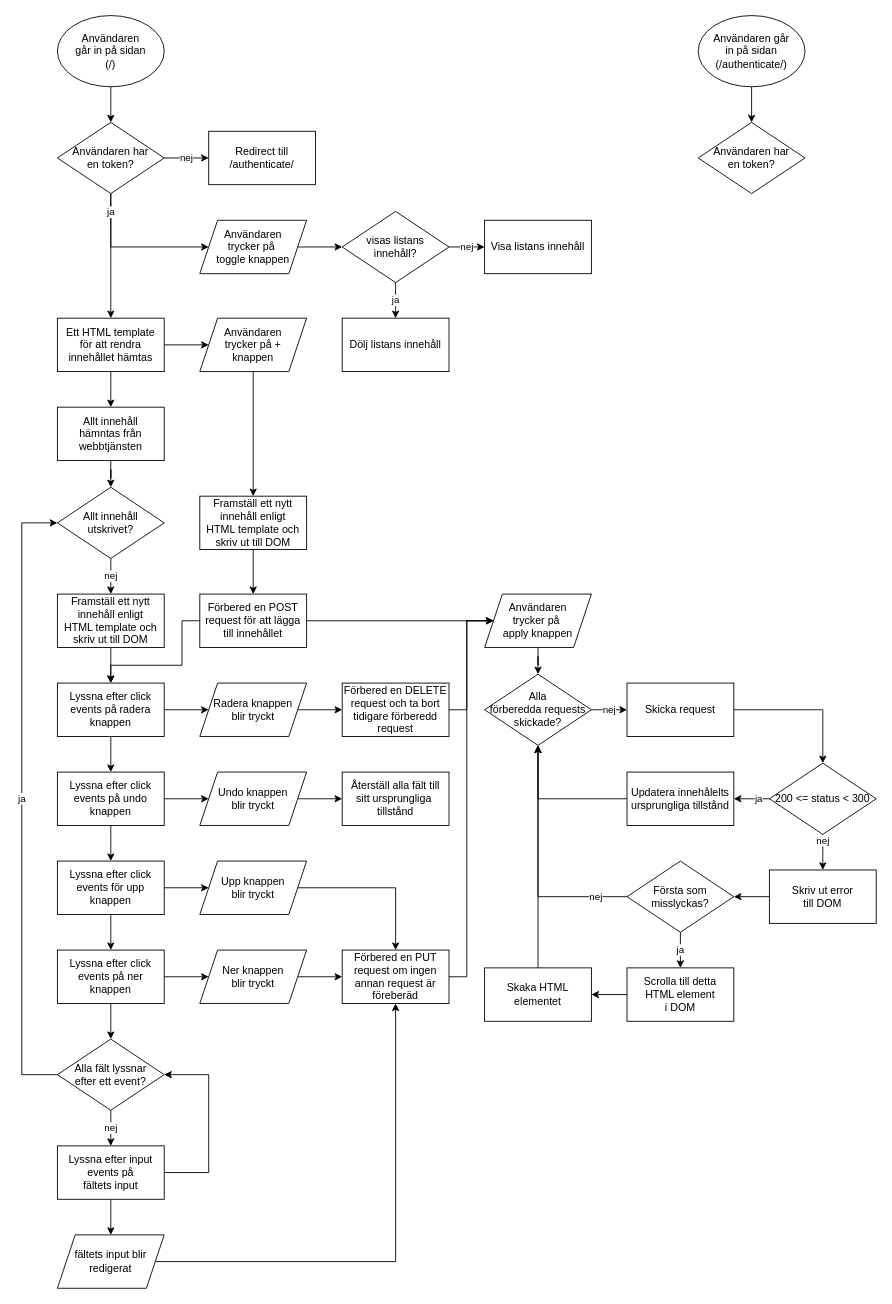
This is webbutveckling/Webbutveckling3/Moment6/flowchart.drawio from EliasEriksson/miun, a draw.io file, before an edit. Source tidied: cells renumbered, new cells numbered last; positions are measured from the earlier drawing's top-left corner, leaving out a move shared by most shapes. Both pictures are drawn from the tidied source at 89%, with x=0, y=0 at pixel (21, 15).
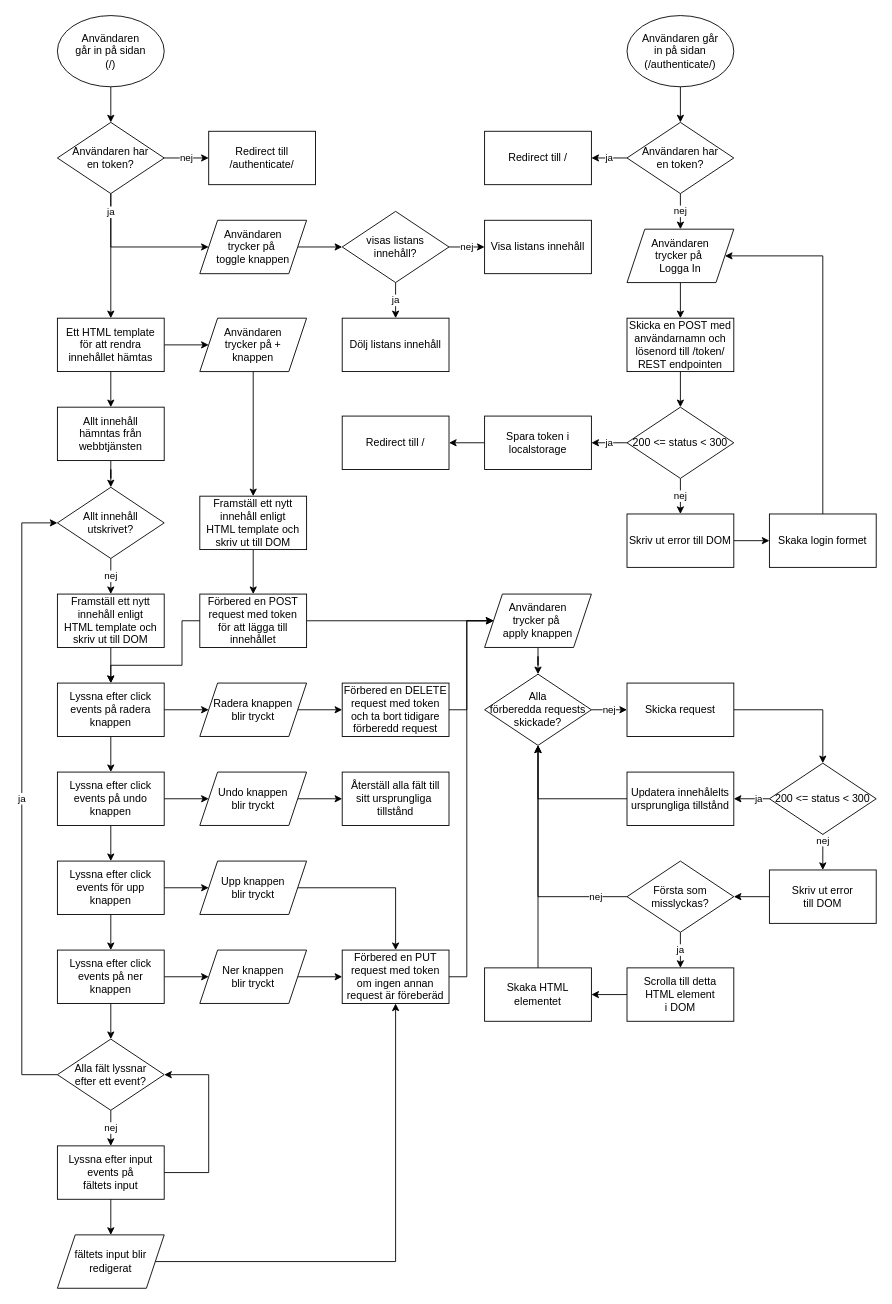
After the change.

Diff of the diagram source:
```diff
@@
-    <mxCell id="42" value="Förbered en PUT request om ingen annan request är föreberäd" style="rounded=0;whiteSpace=wrap;html=1;" parent="1" vertex="1">
+    <mxCell id="42" value="Förbered en PUT request med token om ingen annan request är föreberäd" style="rounded=0;whiteSpace=wrap;html=1;" parent="1" vertex="1">
       <mxGeometry x="360" y="1050" width="120" height="60" as="geometry" />
     </mxCell>
@@
-    <mxCell id="47" value="Förbered en DELETE&lt;br&gt;request och ta bort tidigare förberedd request" style="rounded=0;whiteSpace=wrap;html=1;" parent="1" vertex="1">
+    <mxCell id="47" value="Förbered en DELETE&lt;br&gt;request med token och ta bort tidigare förberedd request" style="rounded=0;whiteSpace=wrap;html=1;" parent="1" vertex="1">
       <mxGeometry x="360" y="750" width="120" height="60" as="geometry" />
     </mxCell>
@@
-    <mxCell id="49" value="Förbered en POST&lt;br&gt;request för att lägga&lt;br&gt;till innehållet" style="rounded=0;whiteSpace=wrap;html=1;" parent="1" vertex="1">
+    <mxCell id="49" value="Förbered en POST&lt;br&gt;request med token &lt;br&gt;för att lägga till innehållet" style="rounded=0;whiteSpace=wrap;html=1;" parent="1" vertex="1">
       <mxGeometry x="200" y="650" width="120" height="60" as="geometry" />
     </mxCell>
@@
     <mxCell id="86" value="Användaren går&lt;br&gt;in på sidan&lt;br&gt;(/authenticate/)" style="ellipse;whiteSpace=wrap;html=1;" parent="1" vertex="1">
-      <mxGeometry x="760" width="120" height="80" as="geometry" />
+      <mxGeometry x="680" width="120" height="80" as="geometry" />
     </mxCell>
+    <mxCell id="88" value="ja" style="edgeStyle=orthogonalEdgeStyle;rounded=0;jettySize=auto;html=1;" parent="1" edge="1" source="87" target="90">
+      <mxGeometry relative="1" as="geometry" />
+    </mxCell>
+    <mxCell id="89" value="nej" style="edgeStyle=orthogonalEdgeStyle;rounded=0;jettySize=auto;html=1;" parent="1" edge="1" source="87" target="92">
+      <mxGeometry relative="1" as="geometry" />
+    </mxCell>
     <mxCell id="87" value="Användaren har&lt;br&gt;en token?" style="rhombus;whiteSpace=wrap;html=1;" parent="1" vertex="1">
-      <mxGeometry x="760" y="120" width="120" height="80" as="geometry" />
+      <mxGeometry x="680" y="120" width="120" height="80" as="geometry" />
     </mxCell>
+    <mxCell id="90" value="Redirect till /" style="rounded=0;whiteSpace=wrap;html=1;" parent="1" vertex="1">
+      <mxGeometry x="520" y="130" width="120" height="60" as="geometry" />
+    </mxCell>
+    <mxCell id="91" style="edgeStyle=orthogonalEdgeStyle;rounded=0;jettySize=auto;html=1;" parent="1" edge="1" source="92" target="94">
+      <mxGeometry relative="1" as="geometry" />
+    </mxCell>
+    <mxCell id="92" value="Användaren&lt;br&gt;trycker på&amp;nbsp;&lt;br&gt;Logga In" style="shape=parallelogram;perimeter=parallelogramPerimeter;whiteSpace=wrap;html=1;fixedSize=1;" parent="1" vertex="1">
+      <mxGeometry x="680" y="240" width="120" height="60" as="geometry" />
+    </mxCell>
+    <mxCell id="93" style="edgeStyle=orthogonalEdgeStyle;rounded=0;jettySize=auto;html=1;" parent="1" edge="1" source="94" target="97">
+      <mxGeometry relative="1" as="geometry" />
+    </mxCell>
+    <mxCell id="94" value="Skicka en POST med&lt;br&gt;användarnamn och&lt;br&gt;lösenord till /token/&lt;br&gt;REST endpointen" style="rounded=0;whiteSpace=wrap;html=1;" parent="1" vertex="1">
+      <mxGeometry x="680" y="340" width="120" height="60" as="geometry" />
+    </mxCell>
+    <mxCell id="95" value="ja" style="edgeStyle=orthogonalEdgeStyle;rounded=0;jettySize=auto;html=1;" parent="1" edge="1" source="97" target="99">
+      <mxGeometry relative="1" as="geometry" />
+    </mxCell>
+    <mxCell id="96" value="nej" style="edgeStyle=orthogonalEdgeStyle;rounded=0;jettySize=auto;html=1;" parent="1" edge="1" source="97" target="102">
+      <mxGeometry relative="1" as="geometry" />
+    </mxCell>
+    <mxCell id="97" value="200 &amp;lt;= status &amp;lt; 300" style="rhombus;whiteSpace=wrap;html=1;" parent="1" vertex="1">
+      <mxGeometry x="680" y="440" width="120" height="80" as="geometry" />
+    </mxCell>
+    <mxCell id="98" style="edgeStyle=orthogonalEdgeStyle;rounded=0;jettySize=auto;html=1;" parent="1" edge="1" source="99" target="100">
+      <mxGeometry relative="1" as="geometry" />
+    </mxCell>
+    <mxCell id="99" value="Spara token i&lt;br&gt;localstorage" style="whiteSpace=wrap;html=1;" parent="1" vertex="1">
+      <mxGeometry x="520" y="450" width="120" height="60" as="geometry" />
+    </mxCell>
+    <mxCell id="100" value="Redirect till /" style="whiteSpace=wrap;html=1;" parent="1" vertex="1">
+      <mxGeometry x="360" y="450" width="120" height="60" as="geometry" />
+    </mxCell>
+    <mxCell id="101" style="edgeStyle=orthogonalEdgeStyle;rounded=0;jettySize=auto;html=1;" parent="1" edge="1" source="102" target="104">
+      <mxGeometry relative="1" as="geometry" />
+    </mxCell>
+    <mxCell id="102" value="Skriv ut error till DOM" style="rounded=0;whiteSpace=wrap;html=1;" parent="1" vertex="1">
+      <mxGeometry x="680" y="560" width="120" height="60" as="geometry" />
+    </mxCell>
+    <mxCell id="103" style="edgeStyle=orthogonalEdgeStyle;rounded=0;jettySize=auto;html=1;" parent="1" edge="1" source="104" target="92">
+      <mxGeometry relative="1" as="geometry">
+        <Array as="points">
+          <mxPoint x="900" y="270" />
+        </Array>
+      </mxGeometry>
+    </mxCell>
+    <mxCell id="104" value="Skaka login formet" style="rounded=0;whiteSpace=wrap;html=1;" parent="1" vertex="1">
+      <mxGeometry x="840" y="560" width="120" height="60" as="geometry" />
+    </mxCell>
```
